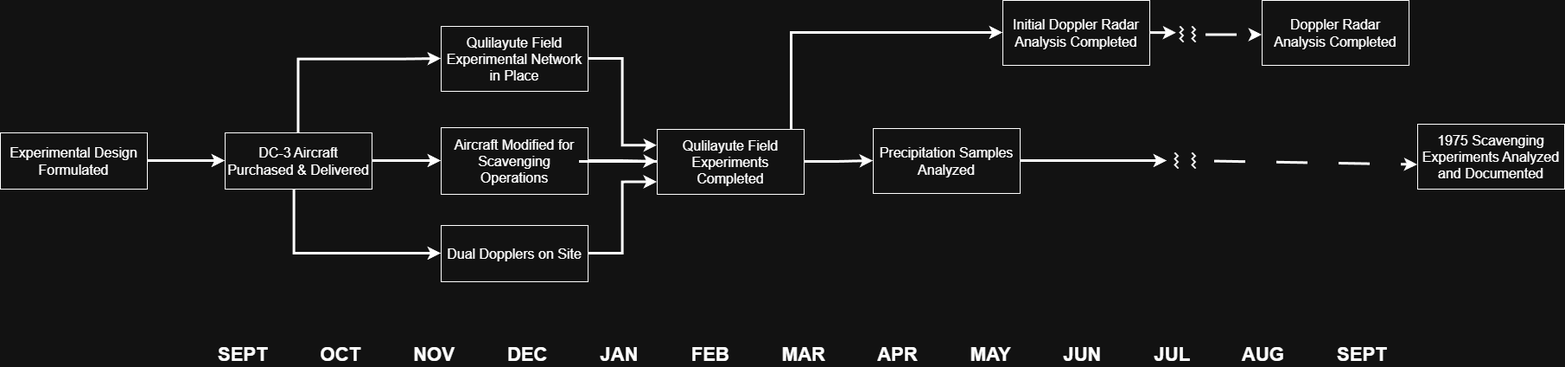
This is images/ref_battelle_cloud_scavenging_figure-black.png from annibond/pnnl-hanford-report-transcriptions, a draw.io export, as it was before one commit. Source tidied: cells renumbered, new cells last; positions are measured from the earlier drawing's top-left corner, leaving out a move shared by most shapes.
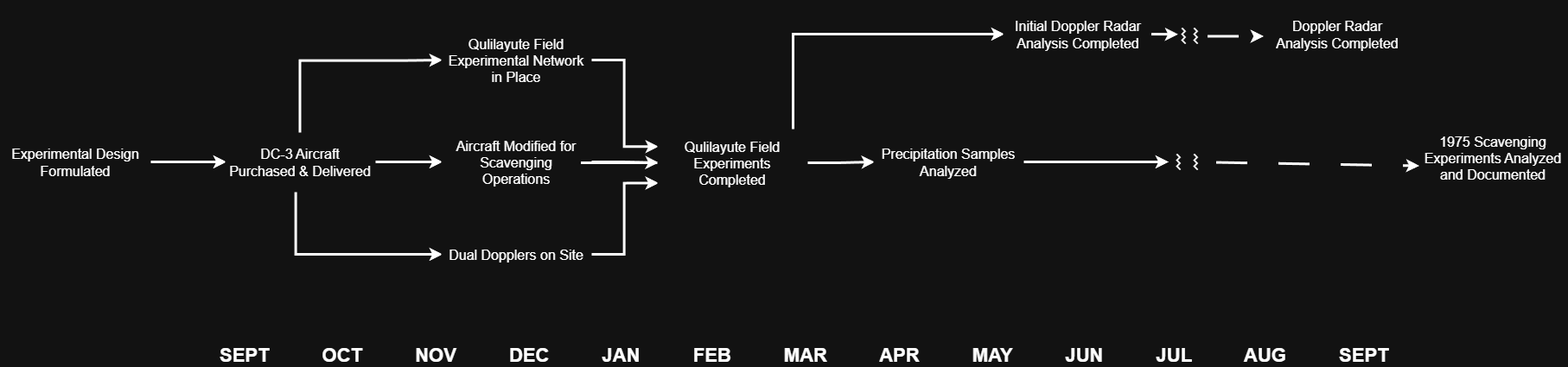
After the change.

Change to the diagram source:
```diff
@@ -5,7 +5,7 @@
     <mxCell id="2" style="edgeStyle=orthogonalEdgeStyle;rounded=0;jettySize=auto;html=1;strokeWidth=3;" parent="1" edge="1" source="3" target="7">
       <mxGeometry relative="1" as="geometry" />
     </mxCell>
-    <mxCell id="3" value="Experimental Design Formulated" style="rounded=0;whiteSpace=wrap;html=1;fontSize=16;labelBackgroundColor=none;" parent="1" vertex="1">
+    <mxCell id="3" value="Experimental Design Formulated" style="rounded=0;whiteSpace=wrap;html=1;fontSize=16;labelBackgroundColor=none;strokeColor=light-dark(#000000, #121212);fillStyle=solid;strokeWidth=4;" parent="1" vertex="1">
       <mxGeometry y="153" width="170" height="65" as="geometry" />
     </mxCell>
     <mxCell id="4" style="edgeStyle=orthogonalEdgeStyle;rounded=0;jettySize=auto;html=1;strokeWidth=3;" parent="1" edge="1" source="7" target="9">
@@ -26,19 +26,19 @@
         </Array>
       </mxGeometry>
     </mxCell>
-    <mxCell id="7" value="DC-3 Aircraft Purchased &amp;amp; Delivered" style="rounded=0;whiteSpace=wrap;html=1;fontSize=16;labelBackgroundColor=none;" parent="1" vertex="1">
+    <mxCell id="7" value="DC-3 Aircraft Purchased &amp;amp; Delivered" style="rounded=0;whiteSpace=wrap;html=1;fontSize=16;labelBackgroundColor=none;strokeColor=light-dark(#000000, #121212);fillStyle=solid;strokeWidth=4;" parent="1" vertex="1">
       <mxGeometry x="260" y="153" width="170" height="65" as="geometry" />
     </mxCell>
     <mxCell id="8" style="edgeStyle=orthogonalEdgeStyle;rounded=0;jettySize=auto;html=1;strokeWidth=3;" parent="1" edge="1" source="9" target="16">
       <mxGeometry relative="1" as="geometry" />
     </mxCell>
-    <mxCell id="9" value="Aircraft Modified for Scavenging&lt;br&gt;Operations" style="rounded=0;whiteSpace=wrap;html=1;fontSize=16;labelBackgroundColor=none;" parent="1" vertex="1">
+    <mxCell id="9" value="Aircraft Modified for Scavenging&lt;br&gt;Operations" style="rounded=0;whiteSpace=wrap;html=1;fontSize=16;labelBackgroundColor=none;strokeColor=light-dark(#000000, #121212);fillStyle=solid;strokeWidth=4;" parent="1" vertex="1">
       <mxGeometry x="510" y="147" width="170" height="77" as="geometry" />
     </mxCell>
     <mxCell id="10" style="edgeStyle=orthogonalEdgeStyle;rounded=0;jettySize=auto;html=1;entryX=0;entryY=0.25;entryDx=0;entryDy=0;strokeWidth=3;" parent="1" edge="1" source="11" target="16">
       <mxGeometry relative="1" as="geometry" />
     </mxCell>
-    <mxCell id="11" value="Qulilayute Field Experimental Network in Place" style="rounded=0;whiteSpace=wrap;html=1;fontSize=16;labelBackgroundColor=none;" parent="1" vertex="1">
+    <mxCell id="11" value="Qulilayute Field Experimental Network in Place" style="rounded=0;whiteSpace=wrap;html=1;fontSize=16;labelBackgroundColor=none;strokeColor=light-dark(#000000, #121212);fillStyle=solid;strokeWidth=4;" parent="1" vertex="1">
       <mxGeometry x="510" y="30" width="170" height="75" as="geometry" />
     </mxCell>
     <mxCell id="12" style="edgeStyle=orthogonalEdgeStyle;rounded=0;jettySize=auto;html=1;strokeWidth=3;entryX=0;entryY=0.813;entryDx=0;entryDy=0;entryPerimeter=0;" parent="1" edge="1" target="16">
@@ -50,7 +50,7 @@
         </Array>
       </mxGeometry>
     </mxCell>
-    <mxCell id="13" value="Dual Dopplers on Site" style="rounded=0;whiteSpace=wrap;html=1;fontSize=16;labelBackgroundColor=none;" parent="1" vertex="1">
+    <mxCell id="13" value="Dual Dopplers on Site" style="rounded=0;whiteSpace=wrap;html=1;fontSize=16;labelBackgroundColor=none;strokeColor=light-dark(#000000, #121212);fillStyle=solid;strokeWidth=4;" parent="1" vertex="1">
       <mxGeometry x="510" y="260" width="170" height="65" as="geometry" />
     </mxCell>
     <mxCell id="14" style="edgeStyle=orthogonalEdgeStyle;rounded=0;jettySize=auto;html=1;entryX=0;entryY=0.5;entryDx=0;entryDy=0;strokeWidth=3;" parent="1" edge="1" source="16" target="18">
@@ -61,7 +61,7 @@
         <mxPoint x="670" y="186.5" as="sourcePoint" />
       </mxGeometry>
     </mxCell>
-    <mxCell id="16" value="Qulilayute Field Experiments&lt;br&gt;Completed" style="rounded=0;whiteSpace=wrap;html=1;fontSize=16;labelBackgroundColor=none;" parent="1" vertex="1">
+    <mxCell id="16" value="Qulilayute Field Experiments&lt;br&gt;Completed" style="rounded=0;whiteSpace=wrap;html=1;fontSize=16;labelBackgroundColor=none;strokeColor=light-dark(#000000, #121212);fillStyle=solid;strokeWidth=4;" parent="1" vertex="1">
       <mxGeometry x="760" y="149" width="170" height="75" as="geometry" />
     </mxCell>
     <mxCell id="17" style="edgeStyle=orthogonalEdgeStyle;rounded=0;jettySize=auto;html=1;strokeWidth=3;" parent="1" edge="1" source="18">
@@ -69,16 +69,16 @@
         <mxPoint x="1350" y="185.5" as="targetPoint" />
       </mxGeometry>
     </mxCell>
-    <mxCell id="18" value="Precipitation Samples Analyzed" style="rounded=0;whiteSpace=wrap;html=1;fontSize=16;labelBackgroundColor=none;" parent="1" vertex="1">
+    <mxCell id="18" value="Precipitation Samples Analyzed" style="rounded=0;whiteSpace=wrap;html=1;fontSize=16;labelBackgroundColor=none;strokeColor=light-dark(#000000, #121212);fillStyle=solid;strokeWidth=4;" parent="1" vertex="1">
       <mxGeometry x="1010" y="148" width="170" height="75" as="geometry" />
     </mxCell>
-    <mxCell id="19" value="Initial Doppler Radar Analysis Completed" style="rounded=0;whiteSpace=wrap;html=1;fontSize=16;labelBackgroundColor=none;" parent="1" vertex="1">
+    <mxCell id="19" value="Initial Doppler Radar Analysis Completed" style="rounded=0;whiteSpace=wrap;html=1;fontSize=16;labelBackgroundColor=none;strokeColor=light-dark(#000000, #121212);fillStyle=solid;strokeWidth=4;" parent="1" vertex="1">
       <mxGeometry x="1160" width="170" height="75" as="geometry" />
     </mxCell>
-    <mxCell id="20" value="Doppler Radar&lt;br&gt;Analysis Completed" style="rounded=0;whiteSpace=wrap;html=1;fontSize=16;labelBackgroundColor=none;" parent="1" vertex="1">
+    <mxCell id="20" value="Doppler Radar&lt;br&gt;Analysis Completed" style="rounded=0;whiteSpace=wrap;html=1;fontSize=16;labelBackgroundColor=none;strokeColor=light-dark(#000000, #121212);fillStyle=solid;strokeWidth=4;" parent="1" vertex="1">
       <mxGeometry x="1460" width="170" height="75" as="geometry" />
     </mxCell>
-    <mxCell id="21" value="1975 Scavenging Experiments Analyzed and Documented" style="rounded=0;whiteSpace=wrap;html=1;fontSize=16;labelBackgroundColor=none;" parent="1" vertex="1">
+    <mxCell id="21" value="1975 Scavenging Experiments Analyzed and Documented" style="rounded=0;whiteSpace=wrap;html=1;fontSize=16;labelBackgroundColor=none;strokeColor=light-dark(#000000, #121212);fillStyle=solid;strokeWidth=4;" parent="1" vertex="1">
       <mxGeometry x="1640" y="143" width="170" height="75" as="geometry" />
     </mxCell>
     <mxCell id="22" value="⌇" style="text;whiteSpace=wrap;fontSize=24;" parent="1" vertex="1">
```
